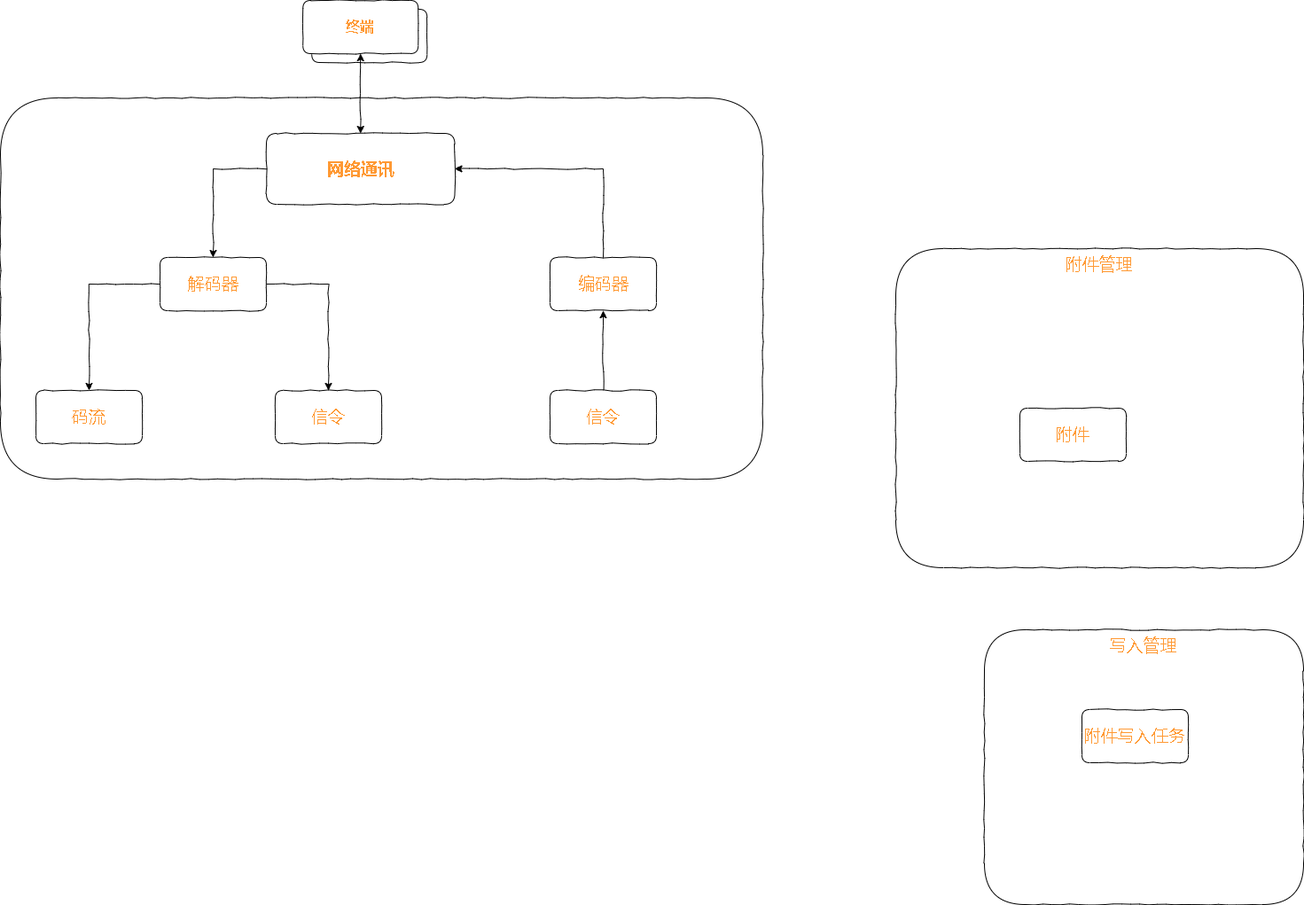
Earlier version of the draw.io export test.drawio.png (xktder/draw). Source tidied: cells renumbered, new cells last; positions are measured from the earlier drawing's top-left corner, leaving out a move shared by most shapes.
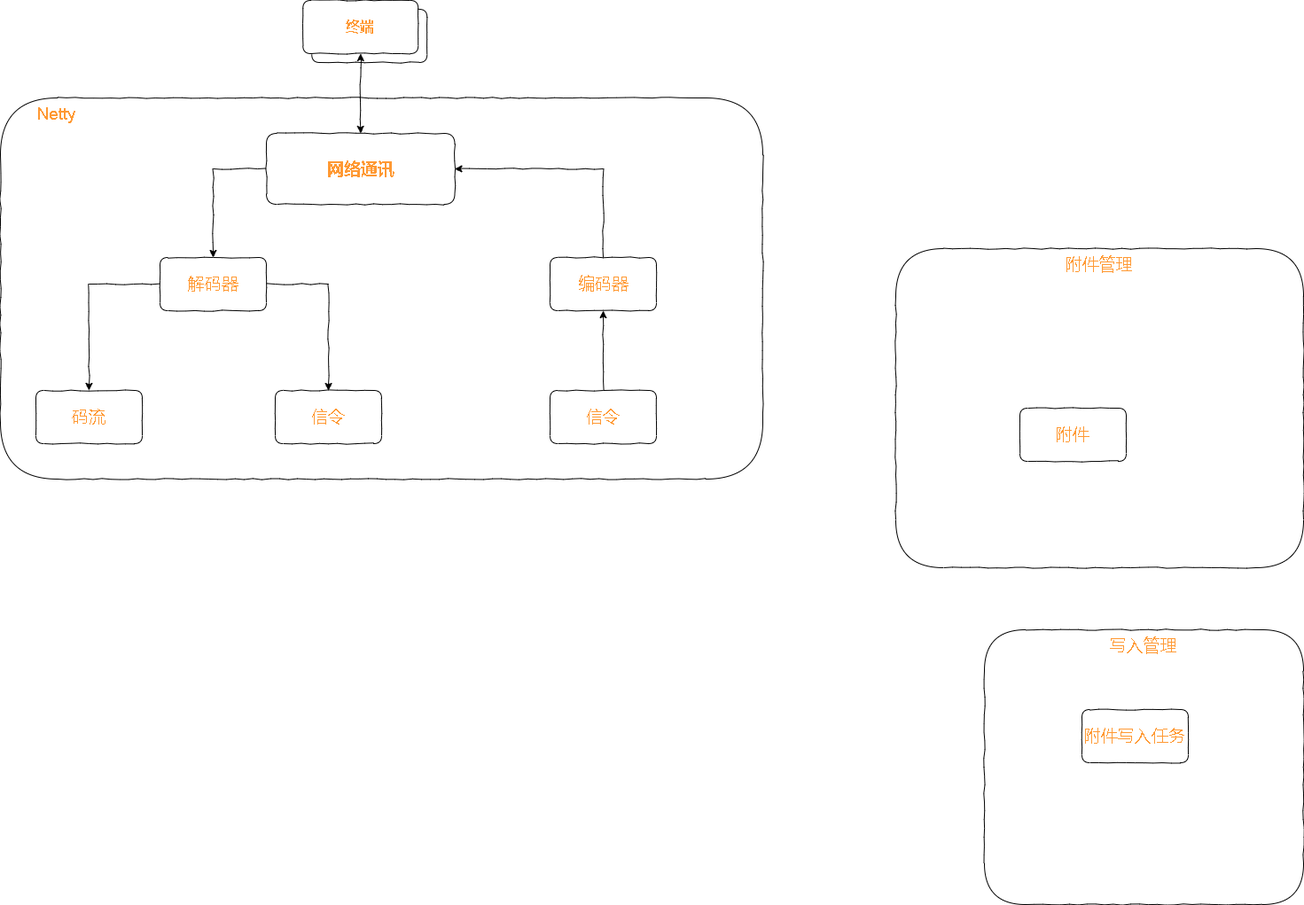
Later version of the same file.

Diff of the diagram source:
```diff
@@ -2,7 +2,7 @@
   <root>
     <mxCell id="0" />
     <mxCell id="1" parent="0" />
-    <mxCell id="2" style="rounded=1;whiteSpace=wrap;html=1;comic=1;fontSize=19;fontColor=#FF9933;strokeColor=default;gradientColor=none;" parent="1" vertex="1">
+    <mxCell id="2" value="&amp;nbsp; &amp;nbsp; &amp;nbsp; &amp;nbsp; Netty" style="rounded=1;whiteSpace=wrap;html=1;comic=1;fontSize=19;fontColor=#FF9933;strokeColor=default;gradientColor=none;verticalAlign=top;align=left;" parent="1" vertex="1">
       <mxGeometry y="110" width="860" height="430" as="geometry" />
     </mxCell>
     <mxCell id="3" value="写入管理" style="rounded=1;whiteSpace=wrap;html=1;comic=1;fontSize=19;fontColor=#FF9933;strokeColor=default;gradientColor=none;verticalAlign=top;" parent="1" vertex="1">
```
